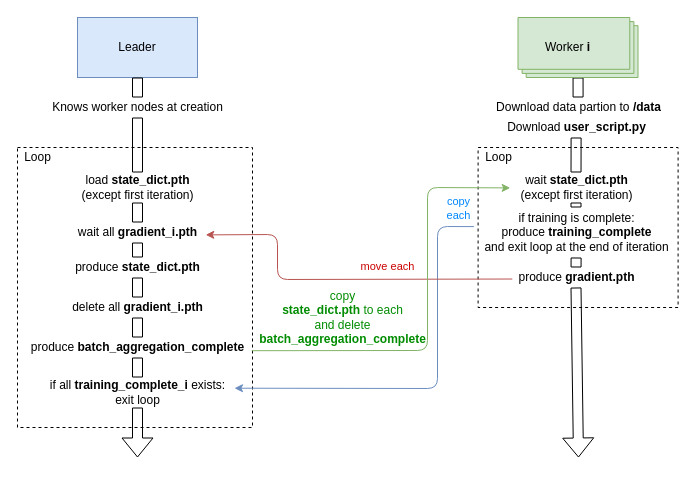
Earlier version of the draw.io diagram pytorch/documentation.drawio (mercury-protocol/mcy-sgx-gramine). Source tidied: cells renumbered, new cells numbered last; positions are measured from the earlier drawing's top-left corner, leaving out a move shared by most shapes. Both pictures are drawn from the tidied source at 100%, with x=0, y=0 at pixel (17, 17).
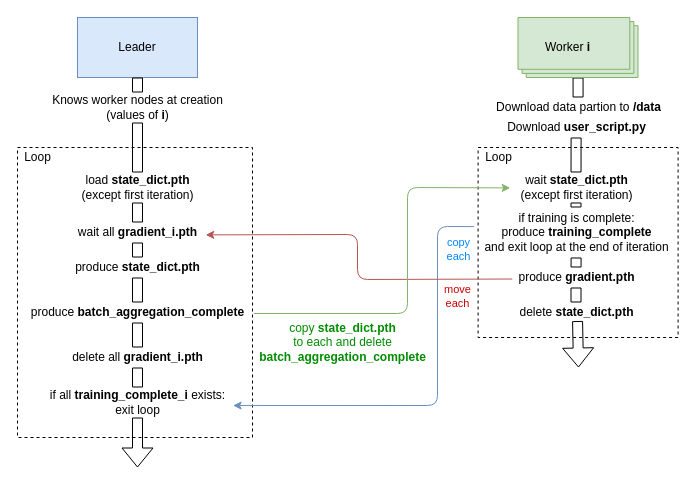
The same diagram, later.

Unchanged cells that the change refers to:
```xml
<mxCell id="15" value="wait&amp;nbsp;&lt;b&gt;state_dict.pth&lt;/b&gt;&lt;br&gt;(except first iteration)" style="text;html=1;align=center;verticalAlign=middle;points=[];strokeColor=none;fillColor=none;" parent="1" vertex="1">
  <mxGeometry x="493.5" y="155" width="130" height="30" as="geometry" />
</mxCell>
<mxCell id="17" value="produce &lt;b&gt;state_dict.pth&lt;/b&gt;" style="text;html=1;align=center;verticalAlign=middle;points=[];strokeColor=none;fillColor=none;" parent="1" vertex="1">
  <mxGeometry x="50" y="240" width="140" height="20" as="geometry" />
</mxCell>
<mxCell id="19" value="if training is complete:&lt;br&gt;produce &lt;b&gt;training_complete&lt;/b&gt;&lt;br&gt;and exit loop at the end of iteration" style="text;html=1;align=center;verticalAlign=middle;points=[];strokeColor=none;fillColor=none;" parent="1" vertex="1">
  <mxGeometry x="458.6" y="190" width="200" height="50" as="geometry" />
</mxCell>
<mxCell id="21" value="produce &lt;b&gt;gradient.pth&lt;/b&gt;" style="text;html=1;align=center;verticalAlign=middle;points=[];strokeColor=none;fillColor=none;" parent="1" vertex="1">
  <mxGeometry x="493.5" y="250" width="130" height="20" as="geometry" />
</mxCell>
<mxCell id="25" value="wait all&amp;nbsp;&lt;b&gt;gradient_i.pth&lt;/b&gt;" style="text;html=1;align=center;verticalAlign=middle;points=[];strokeColor=none;fillColor=none;" parent="1" vertex="1">
  <mxGeometry x="55" y="205" width="130" height="20" as="geometry" />
</mxCell>
```

Diff of the diagram source:
```diff
@@
     <mxCell id="2" style="rounded=0;whiteSpace=wrap;html=1;labelBackgroundColor=default;dashed=1;fillColor=none;" parent="1" vertex="1">
-      <mxGeometry y="130" width="235" height="280" as="geometry" />
+      <mxGeometry y="130" width="235" height="290" as="geometry" />
     </mxCell>
     <mxCell id="3" style="rounded=0;whiteSpace=wrap;html=1;labelBackgroundColor=default;dashed=1;fillColor=none;" parent="1" vertex="1">
-      <mxGeometry x="460.6" y="130" width="200" height="160" as="geometry" />
+      <mxGeometry x="460.6" y="130" width="200" height="190" as="geometry" />
     </mxCell>
@@
     <mxCell id="5" style="shape=flexArrow;endArrow=classic;html=1;exitX=0.5;exitY=1;exitDx=0;exitDy=0;startArrow=none;" parent="1" edge="1" source="31">
       <mxGeometry relative="1" as="geometry">
-        <mxPoint x="120" y="440" as="targetPoint" />
+        <mxPoint x="120" y="450" as="targetPoint" />
       </mxGeometry>
     </mxCell>
-    <mxCell id="6" style="shape=flexArrow;endArrow=classic;html=1;exitX=0.5;exitY=1;exitDx=0;exitDy=0;startArrow=none;" parent="1" edge="1" source="21">
+    <mxCell id="6" style="shape=flexArrow;endArrow=classic;html=1;exitX=0.512;exitY=0.926;exitDx=0;exitDy=0;startArrow=none;exitPerimeter=0;" parent="1" edge="1" source="42">
       <mxGeometry relative="1" as="geometry">
-        <mxPoint x="561" y="440" as="targetPoint" />
+        <mxPoint x="561" y="350" as="targetPoint" />
       </mxGeometry>
     </mxCell>
-    <mxCell id="7" value="Knows worker nodes at creation" style="text;html=1;align=center;verticalAlign=middle;points=[];strokeColor=none;fillColor=none;labelBackgroundColor=default;" parent="1" vertex="1">
-      <mxGeometry x="25" y="80" width="190" height="20" as="geometry" />
+    <mxCell id="7" value="Knows worker nodes at creation&lt;br&gt;(values of &lt;b&gt;i&lt;/b&gt;)" style="text;html=1;align=center;verticalAlign=middle;points=[];strokeColor=none;fillColor=none;labelBackgroundColor=default;" parent="1" vertex="1">
+      <mxGeometry x="25" y="75" width="190" height="30" as="geometry" />
     </mxCell>
@@
     <mxCell id="27" value="delete all&amp;nbsp;&lt;b&gt;gradient_i.pth&lt;/b&gt;" style="text;html=1;align=center;verticalAlign=middle;points=[];strokeColor=none;fillColor=none;" parent="1" vertex="1">
-      <mxGeometry x="45" y="280" width="150" height="20" as="geometry" />
+      <mxGeometry x="45" y="330" width="150" height="20" as="geometry" />
     </mxCell>
-    <mxCell id="28" style="shape=flexArrow;endArrow=none;html=1;exitX=0.5;exitY=1;exitDx=0;exitDy=0;startArrow=none;" parent="1" edge="1" source="17" target="27">
+    <mxCell id="28" style="shape=flexArrow;endArrow=none;html=1;exitX=0.5;exitY=1;exitDx=0;exitDy=0;startArrow=none;" parent="1" edge="1" source="29" target="27">
       <mxGeometry relative="1" as="geometry" />
     </mxCell>
-    <mxCell id="29" value="produce &lt;b&gt;batch_aggregation_complete&lt;/b&gt;" style="text;html=1;align=center;verticalAlign=middle;points=[];strokeColor=none;fillColor=none;" parent="1" vertex="1">
-      <mxGeometry x="5" y="320" width="230" height="20" as="geometry" />
-    </mxCell>
-    <mxCell id="30" style="shape=flexArrow;endArrow=none;html=1;exitX=0.5;exitY=1;exitDx=0;exitDy=0;startArrow=none;" parent="1" edge="1" source="27" target="29">
+    <mxCell id="30" style="shape=flexArrow;endArrow=none;html=1;exitX=0.5;exitY=1;exitDx=0;exitDy=0;startArrow=none;" parent="1" edge="1" source="27" target="31">
       <mxGeometry relative="1" as="geometry" />
     </mxCell>
     <mxCell id="31" value="if all&amp;nbsp;&lt;b&gt;training_complete_i&lt;/b&gt;&amp;nbsp;exists:&lt;br&gt;exit loop" style="text;html=1;align=center;verticalAlign=middle;points=[];strokeColor=none;fillColor=none;" parent="1" vertex="1">
-      <mxGeometry x="25" y="360" width="190" height="30" as="geometry" />
+      <mxGeometry x="25" y="370" width="190" height="30" as="geometry" />
     </mxCell>
-    <mxCell id="32" style="shape=flexArrow;endArrow=none;html=1;exitX=0.5;exitY=1;exitDx=0;exitDy=0;startArrow=none;" parent="1" edge="1" source="29" target="31">
-      <mxGeometry relative="1" as="geometry" />
-    </mxCell>
-    <mxCell id="33" style="endArrow=classic;html=1;entryX=1;entryY=0.556;entryDx=0;entryDy=0;entryPerimeter=0;fillColor=#dae8fc;strokeColor=#6c8ebf;exitX=-0.011;exitY=0.382;exitDx=0;exitDy=0;exitPerimeter=0;" parent="1" edge="1" source="19">
+    <mxCell id="33" style="endArrow=classic;html=1;entryX=1.003;entryY=0.602;entryDx=0;entryDy=0;entryPerimeter=0;fillColor=#dae8fc;strokeColor=#6c8ebf;exitX=-0.011;exitY=0.382;exitDx=0;exitDy=0;exitPerimeter=0;" parent="1" edge="1" source="19" target="31">
       <mxGeometry relative="1" as="geometry">
-        <mxPoint x="217" y="370.7" as="targetPoint" />
         <Array as="points">
           <mxPoint x="420" y="209" />
-          <mxPoint x="420" y="371" />
+          <mxPoint x="420" y="388" />
         </Array>
       </mxGeometry>
     </mxCell>
     <mxCell id="34" value="copy&lt;br&gt;each" style="edgeLabel;html=1;align=center;verticalAlign=middle;fontColor=#0088FF;" parent="33" vertex="1">
       <mxGeometry x="-0.77" y="-2" relative="1" as="geometry">
-        <mxPoint x="22" y="-28" as="offset" />
+        <mxPoint x="22" y="11" as="offset" />
       </mxGeometry>
     </mxCell>
     <mxCell id="35" style="endArrow=classic;html=1;exitX=0.01;exitY=0.576;exitDx=0;exitDy=0;exitPerimeter=0;entryX=1.025;entryY=0.619;entryDx=0;entryDy=0;entryPerimeter=0;fillColor=#f8cecc;strokeColor=#b85450;" parent="1" edge="1" source="21" target="25">
       <mxGeometry relative="1" as="geometry">
         <Array as="points">
-          <mxPoint x="260" y="262" />
-          <mxPoint x="260" y="217" />
+          <mxPoint x="340" y="262" />
+          <mxPoint x="340" y="217" />
         </Array>
       </mxGeometry>
     </mxCell>
-    <mxCell id="36" value="move each" style="edgeLabel;html=1;align=center;verticalAlign=middle;fontColor=#CC0000;" parent="1" vertex="1">
-      <mxGeometry x="430" y="250" as="geometry">
+    <mxCell id="36" value="move&lt;br&gt;each" style="edgeLabel;html=1;align=center;verticalAlign=middle;fontColor=#CC0000;" parent="1" vertex="1">
+      <mxGeometry x="500.5" y="280" as="geometry">
         <mxPoint x="-61" y="-2" as="offset" />
       </mxGeometry>
     </mxCell>
-    <mxCell id="37" style="endArrow=classic;html=1;fontColor=#CC0000;exitX=0.997;exitY=0.66;exitDx=0;exitDy=0;exitPerimeter=0;entryX=-0.006;entryY=0.514;entryDx=0;entryDy=0;entryPerimeter=0;fillColor=#d5e8d4;strokeColor=#82b366;" parent="1" edge="1" source="29" target="15">
+    <mxCell id="37" style="endArrow=classic;html=1;fontColor=#CC0000;exitX=1.006;exitY=0.55;exitDx=0;exitDy=0;exitPerimeter=0;entryX=-0.006;entryY=0.514;entryDx=0;entryDy=0;entryPerimeter=0;fillColor=#d5e8d4;strokeColor=#82b366;" parent="1" edge="1" source="29" target="15">
       <mxGeometry relative="1" as="geometry">
         <Array as="points">
-          <mxPoint x="410" y="333" />
-          <mxPoint x="410" y="170" />
+          <mxPoint x="390" y="296" />
+          <mxPoint x="390" y="170" />
         </Array>
       </mxGeometry>
     </mxCell>
-    <mxCell id="38" value="&lt;font&gt;copy&lt;br&gt;&lt;b&gt;state_dict.pth &lt;/b&gt;to each&lt;br&gt;and delete&lt;br&gt;&lt;b&gt;batch_aggregation_complete&lt;/b&gt;&lt;/font&gt;" style="text;html=1;align=center;verticalAlign=middle;strokeColor=none;fillColor=none;fontColor=#008C00;" parent="1" vertex="1">
-      <mxGeometry x="235" y="270" width="180" height="60" as="geometry" />
+    <mxCell id="38" value="&lt;font&gt;copy&amp;nbsp;&lt;b&gt;state_dict.pth&lt;br&gt;&lt;/b&gt;to each and delete&lt;br&gt;&lt;b&gt;batch_aggregation_complete&lt;/b&gt;&lt;br&gt;&lt;/font&gt;" style="text;html=1;align=center;verticalAlign=middle;strokeColor=none;fillColor=none;fontColor=#008C00;" parent="1" vertex="1">
+      <mxGeometry x="235" y="300" width="180" height="50" as="geometry" />
     </mxCell>
@@
+    <mxCell id="29" value="&lt;font color=&quot;#000000&quot;&gt;produce &lt;b&gt;batch_aggregation_complete&lt;/b&gt;&lt;/font&gt;" style="text;html=1;align=center;verticalAlign=middle;points=[];strokeColor=none;fillColor=none;fontColor=#008C00;" parent="1" vertex="1">
+      <mxGeometry x="5" y="285" width="230" height="20" as="geometry" />
+    </mxCell>
+    <mxCell id="41" style="shape=flexArrow;endArrow=none;html=1;exitX=0.5;exitY=1;exitDx=0;exitDy=0;startArrow=none;" parent="1" edge="1" source="17" target="29">
+      <mxGeometry relative="1" as="geometry" />
+    </mxCell>
+    <mxCell id="42" value="&lt;font color=&quot;#000000&quot;&gt;delete &lt;b&gt;state_dict.pth&lt;/b&gt;&lt;/font&gt;" style="text;html=1;align=center;verticalAlign=middle;points=[];strokeColor=none;fillColor=none;fontColor=#008C00;" parent="1" vertex="1">
+      <mxGeometry x="493.5" y="285" width="130" height="20" as="geometry" />
+    </mxCell>
+    <mxCell id="43" style="shape=flexArrow;endArrow=none;html=1;exitX=0.5;exitY=1;exitDx=0;exitDy=0;startArrow=none;" parent="1" edge="1" source="21" target="42">
+      <mxGeometry relative="1" as="geometry" />
+    </mxCell>
```
